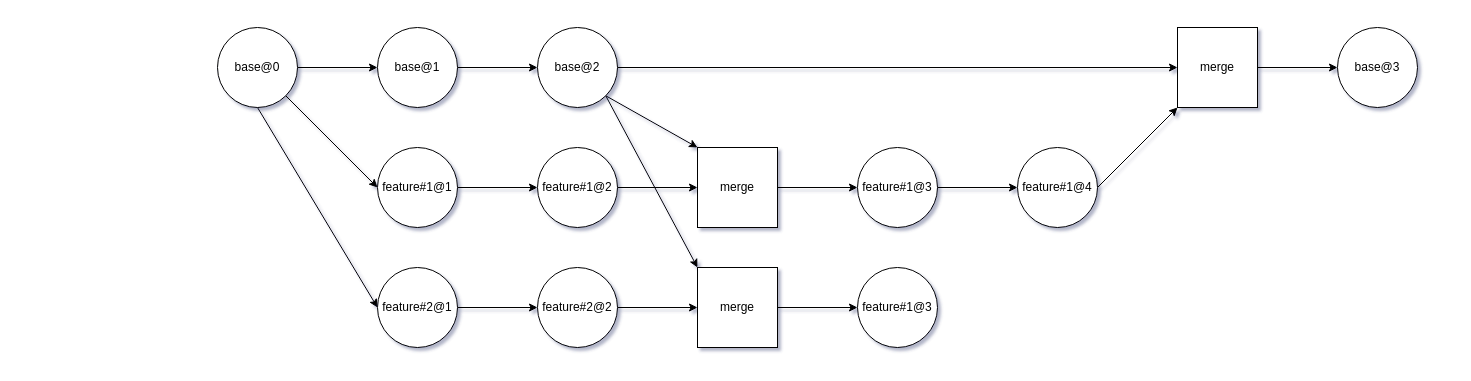
Before: .private/diagrams/gettingStarted.drawio in ngxx-fus/TKDTVN2025, a draw.io diagram. Source tidied: cells renumbered, new cells numbered last; positions are measured from the earlier drawing's top-left corner, leaving out a move shared by most shapes. Both pictures are drawn from the tidied source at 100%, with x=0, y=0 at pixel (217, 27).
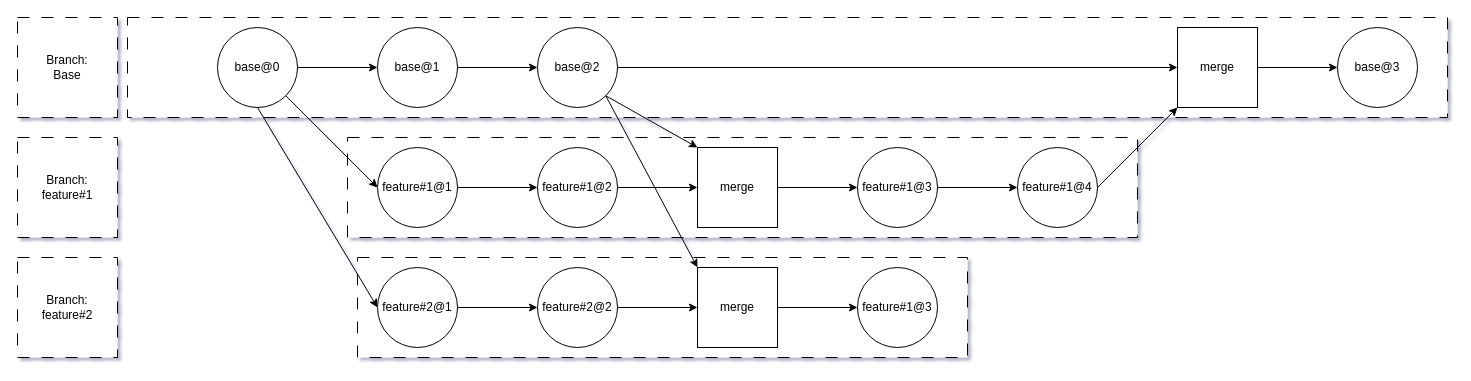
Above is the later version.

Diff of the diagram source:
```diff
@@
+    <mxCell id="32" style="rounded=0;whiteSpace=wrap;html=1;dashed=1;dashPattern=12 12;" parent="1" vertex="1">
+      <mxGeometry x="130" y="110" width="790" height="100" as="geometry" />
+    </mxCell>
+    <mxCell id="33" style="rounded=0;whiteSpace=wrap;html=1;dashed=1;dashPattern=12 12;" parent="1" vertex="1">
+      <mxGeometry x="-90" y="-10" width="1320" height="100" as="geometry" />
+    </mxCell>
+    <mxCell id="34" style="rounded=0;whiteSpace=wrap;html=1;dashed=1;dashPattern=12 12;" parent="1" vertex="1">
+      <mxGeometry x="140" y="230" width="610" height="100" as="geometry" />
+    </mxCell>
@@
+    <mxCell id="35" value="Branch: &lt;br&gt;Base" style="rounded=0;whiteSpace=wrap;html=1;dashed=1;dashPattern=12 12;" parent="1" vertex="1">
+      <mxGeometry x="-200" y="-10" width="100" height="100" as="geometry" />
+    </mxCell>
+    <mxCell id="36" value="Branch: &lt;br&gt;feature#1" style="rounded=0;whiteSpace=wrap;html=1;dashed=1;dashPattern=12 12;" parent="1" vertex="1">
+      <mxGeometry x="-200" y="110" width="100" height="100" as="geometry" />
+    </mxCell>
+    <mxCell id="37" value="&lt;span style=&quot;color: rgb(0, 0, 0);&quot;&gt;Branch:&lt;/span&gt;&lt;br style=&quot;color: rgb(63, 63, 63); scrollbar-color: rgb(226, 226, 226) rgb(251, 251, 251);&quot;&gt;&lt;span style=&quot;color: rgb(0, 0, 0);&quot;&gt;feature#2&lt;/span&gt;" style="rounded=0;whiteSpace=wrap;html=1;dashed=1;dashPattern=12 12;" parent="1" vertex="1">
+      <mxGeometry x="-200" y="230" width="100" height="100" as="geometry" />
+    </mxCell>
```
